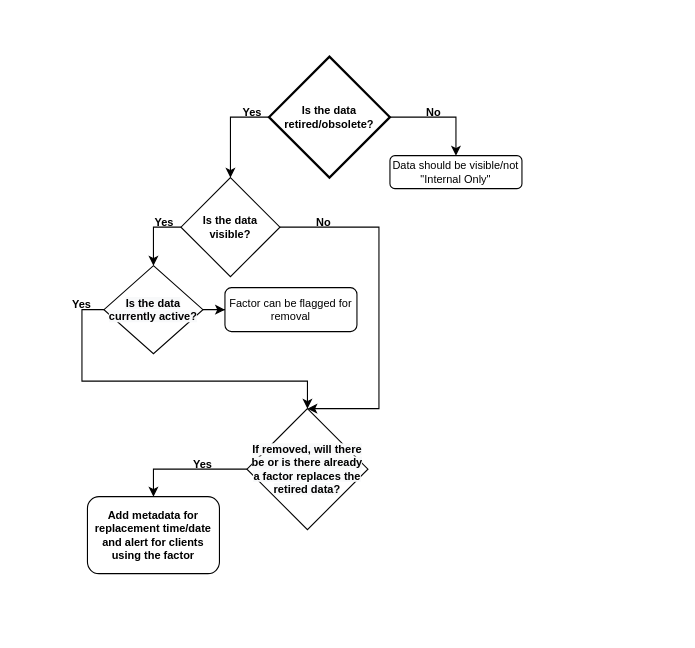
This is DD_ObsoleteMetadata/obsoleteMetadata.drawio from slingshotdancu/slingshotdancu.github.io, a draw.io file, before an edit. Source tidied: cells renumbered, new cells numbered last; positions are measured from the earlier drawing's top-left corner, leaving out a move shared by most shapes. Both pictures are drawn from the tidied source at 110%, with x=0, y=0 at pixel (59, 56).
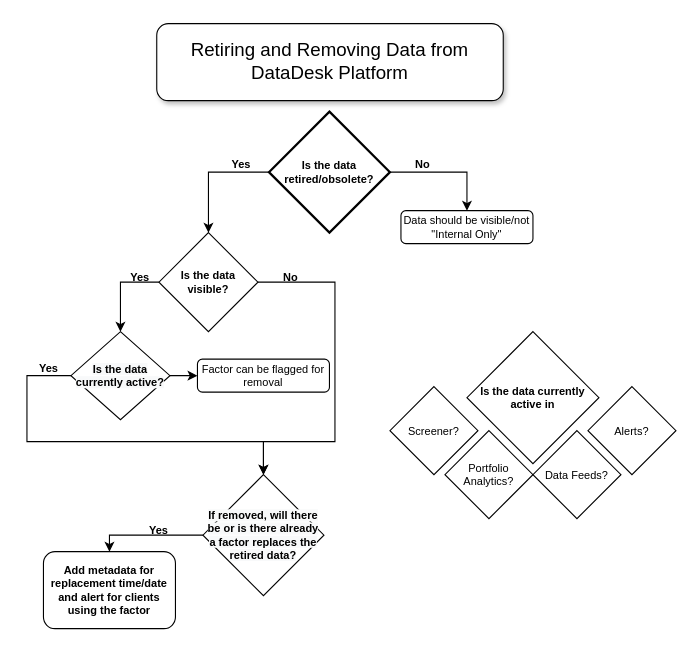
Above is the later version.

Change to the diagram source:
```diff
@@
     <mxCell id="2" value="Data should be visible/not &quot;Internal Only&quot;" style="rounded=1;whiteSpace=wrap;html=1;fontSize=10;verticalAlign=middle;fontStyle=0;" parent="1" vertex="1">
-      <mxGeometry x="300" y="90" width="120" height="30" as="geometry" />
+      <mxGeometry x="310" y="140" width="120" height="30" as="geometry" />
     </mxCell>
     <mxCell id="3" value="Yes" style="text;html=1;strokeColor=none;fillColor=none;align=center;verticalAlign=middle;whiteSpace=wrap;rounded=0;fontSize=10;rotation=0;fontStyle=1;" parent="1" vertex="1">
-      <mxGeometry x="160" y="45" width="30" height="10" as="geometry" />
+      <mxGeometry x="150" y="90" width="30" height="15" as="geometry" />
     </mxCell>
     <mxCell id="4" value="No" style="text;html=1;strokeColor=none;fillColor=none;align=center;verticalAlign=middle;whiteSpace=wrap;rounded=0;fontSize=10;rotation=0;fontStyle=1;" parent="1" vertex="1">
-      <mxGeometry x="320" y="40" width="40" height="20" as="geometry" />
+      <mxGeometry x="310" y="90" width="40" height="15" as="geometry" />
     </mxCell>
     <mxCell id="5" value="Factor can be flagged for removal" style="rounded=1;whiteSpace=wrap;html=1;fontSize=10;verticalAlign=middle;fontStyle=0;" parent="1" vertex="1">
-      <mxGeometry x="150" y="210" width="120" height="40" as="geometry" />
+      <mxGeometry x="125" y="275" width="120" height="30" as="geometry" />
     </mxCell>
     <mxCell id="6" value="Add metadata for replacement time/date and alert for clients using the factor" style="rounded=1;whiteSpace=wrap;html=1;fontSize=10;verticalAlign=middle;fontStyle=1;" parent="1" vertex="1">
-      <mxGeometry x="25" y="400" width="120" height="70" as="geometry" />
+      <mxGeometry x="-15" y="450" width="120" height="70" as="geometry" />
     </mxCell>
     <mxCell id="7" style="edgeStyle=orthogonalEdgeStyle;rounded=0;jettySize=auto;html=1;exitX=0;exitY=0.5;exitDx=0;exitDy=0;exitPerimeter=0;fontSize=10;" parent="1" edge="1" source="9" target="12">
-      <mxGeometry relative="1" as="geometry" />
+      <mxGeometry relative="1" as="geometry">
+        <Array as="points">
+          <mxPoint x="135" y="105" />
+        </Array>
+      </mxGeometry>
     </mxCell>
@@
     <mxCell id="9" value="&lt;span style=&quot;font-weight: 700&quot;&gt;Is the data retired/obsolete?&lt;/span&gt;" style="strokeWidth=2;html=1;shape=mxgraph.flowchart.decision;whiteSpace=wrap;fontSize=10;verticalAlign=middle;" parent="1" vertex="1">
-      <mxGeometry x="190" width="110" height="110" as="geometry" />
+      <mxGeometry x="190" y="50" width="110" height="110" as="geometry" />
     </mxCell>
@@
     <mxCell id="11" style="edgeStyle=orthogonalEdgeStyle;rounded=0;jettySize=auto;html=1;exitX=1;exitY=0.5;exitDx=0;exitDy=0;entryX=0.5;entryY=0;entryDx=0;entryDy=0;fontSize=10;" parent="1" edge="1" source="12" target="17">
       <mxGeometry relative="1" as="geometry">
         <Array as="points">
-          <mxPoint x="290" y="155" />
-          <mxPoint x="290" y="320" />
+          <mxPoint x="250" y="205" />
+          <mxPoint x="250" y="350" />
+          <mxPoint x="185" y="350" />
         </Array>
       </mxGeometry>
     </mxCell>
     <mxCell id="12" value="&lt;span style=&quot;font-weight: 700&quot;&gt;Is the data visible?&lt;/span&gt;" style="rhombus;whiteSpace=wrap;html=1;fontSize=10;verticalAlign=middle;" parent="1" vertex="1">
-      <mxGeometry x="110" y="110" width="90" height="90" as="geometry" />
+      <mxGeometry x="90" y="160" width="90" height="90" as="geometry" />
     </mxCell>
     <mxCell id="13" style="edgeStyle=orthogonalEdgeStyle;rounded=0;jettySize=auto;html=1;exitX=0;exitY=0.5;exitDx=0;exitDy=0;entryX=0.5;entryY=0;entryDx=0;entryDy=0;fontSize=10;" parent="1" edge="1" source="15" target="17">
-      <mxGeometry relative="1" as="geometry" />
+      <mxGeometry relative="1" as="geometry">
+        <Array as="points">
+          <mxPoint x="-30" y="290" />
+          <mxPoint x="-30" y="350" />
+          <mxPoint x="185" y="350" />
+        </Array>
+      </mxGeometry>
     </mxCell>
@@
     <mxCell id="15" value="&#10;&#10;&lt;span style=&quot;color: rgb(0, 0, 0); font-family: helvetica; font-size: 10px; font-style: normal; font-weight: 700; letter-spacing: normal; text-align: center; text-indent: 0px; text-transform: none; word-spacing: 0px; background-color: rgb(248, 249, 250); display: inline; float: none;&quot;&gt;Is the data currently active?&lt;/span&gt;&#10;&#10;" style="rhombus;whiteSpace=wrap;html=1;fontSize=10;verticalAlign=middle;" parent="1" vertex="1">
-      <mxGeometry x="40" y="190" width="90" height="80" as="geometry" />
+      <mxGeometry x="10" y="250" width="90" height="80" as="geometry" />
     </mxCell>
     <mxCell id="16" style="edgeStyle=orthogonalEdgeStyle;rounded=0;jettySize=auto;html=1;exitX=0;exitY=0.5;exitDx=0;exitDy=0;entryX=0.5;entryY=0;entryDx=0;entryDy=0;fontSize=10;" parent="1" edge="1" source="17" target="6">
-      <mxGeometry relative="1" as="geometry" />
+      <mxGeometry relative="1" as="geometry">
+        <Array as="points">
+          <mxPoint x="45" y="435" />
+        </Array>
+      </mxGeometry>
     </mxCell>
     <mxCell id="17" value="&lt;span style=&quot;color: rgb(0 , 0 , 0) ; font-family: &amp;#34;helvetica&amp;#34; ; font-size: 10px ; font-style: normal ; font-weight: 700 ; letter-spacing: normal ; text-align: center ; text-indent: 0px ; text-transform: none ; word-spacing: 0px ; background-color: rgb(248 , 249 , 250) ; display: inline ; float: none&quot;&gt;If removed, will there be or is there already a factor replaces the retired data?&lt;/span&gt;" style="rhombus;whiteSpace=wrap;html=1;fontSize=10;verticalAlign=middle;" parent="1" vertex="1">
-      <mxGeometry x="170" y="320" width="110" height="110" as="geometry" />
+      <mxGeometry x="130" y="380" width="110" height="110" as="geometry" />
     </mxCell>
     <mxCell id="18" value="Yes" style="text;html=1;strokeColor=none;fillColor=none;align=center;verticalAlign=middle;whiteSpace=wrap;rounded=0;fontSize=10;rotation=0;fontStyle=1;" parent="1" vertex="1">
-      <mxGeometry x="80" y="140" width="30" height="20" as="geometry" />
+      <mxGeometry x="58" y="190" width="30" height="20" as="geometry" />
     </mxCell>
     <mxCell id="19" value="Yes" style="text;html=1;strokeColor=none;fillColor=none;align=center;verticalAlign=middle;whiteSpace=wrap;rounded=0;fontSize=10;rotation=0;fontStyle=1;" parent="1" vertex="1">
-      <mxGeometry y="220" width="40" height="10" as="geometry" />
+      <mxGeometry x="-30" y="275" width="40" height="15" as="geometry" />
     </mxCell>
     <mxCell id="20" value="No" style="text;html=1;strokeColor=none;fillColor=none;align=center;verticalAlign=middle;whiteSpace=wrap;rounded=0;fontSize=10;rotation=0;fontStyle=1;" parent="1" vertex="1">
-      <mxGeometry x="220" y="140" width="40" height="20" as="geometry" />
+      <mxGeometry x="190" y="190" width="40" height="20" as="geometry" />
     </mxCell>
     <mxCell id="21" value="Yes" style="text;html=1;strokeColor=none;fillColor=none;align=center;verticalAlign=middle;whiteSpace=wrap;rounded=0;fontSize=10;rotation=0;fontStyle=1;" parent="1" vertex="1">
-      <mxGeometry x="115" y="360" width="30" height="20" as="geometry" />
+      <mxGeometry x="75" y="420" width="30" height="20" as="geometry" />
     </mxCell>
+    <mxCell id="22" value="Is the data currently active in" style="rhombus;whiteSpace=wrap;html=1;fontSize=10;fontStyle=1;" parent="1" vertex="1">
+      <mxGeometry x="370" y="250" width="120" height="120" as="geometry" />
+    </mxCell>
+    <mxCell id="23" value="Portfolio Analytics?" style="rhombus;whiteSpace=wrap;html=1;fontSize=10;" parent="1" vertex="1">
+      <mxGeometry x="350" y="340" width="80" height="80" as="geometry" />
+    </mxCell>
+    <mxCell id="24" value="Data Feeds?" style="rhombus;whiteSpace=wrap;html=1;fontSize=10;" parent="1" vertex="1">
+      <mxGeometry x="430" y="340" width="80" height="80" as="geometry" />
+    </mxCell>
+    <mxCell id="25" value="Alerts?" style="rhombus;whiteSpace=wrap;html=1;fontSize=10;" parent="1" vertex="1">
+      <mxGeometry x="480" y="300" width="80" height="80" as="geometry" />
+    </mxCell>
+    <mxCell id="26" value="Screener?" style="rhombus;whiteSpace=wrap;html=1;fontSize=10;" parent="1" vertex="1">
+      <mxGeometry x="300" y="300" width="80" height="80" as="geometry" />
+    </mxCell>
+    <mxCell id="27" value="Retiring and Removing Data from DataDesk Platform" style="text;html=1;align=center;verticalAlign=middle;whiteSpace=wrap;rounded=1;fontSize=17;fontStyle=0;labelBackgroundColor=none;labelBorderColor=none;spacingTop=4;spacing=4;spacingLeft=4;spacingBottom=4;spacingRight=4;strokeWidth=1;fillColor=#ffffff;strokeColor=#000000;shadow=1;glass=0;sketch=0;" parent="1" vertex="1">
+      <mxGeometry x="88" y="-30" width="315" height="70" as="geometry" />
+    </mxCell>
```
